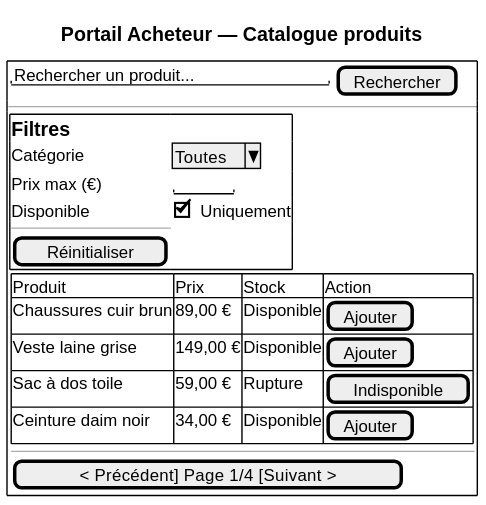
This is architecture/04-physical-architecture/diagrams/ihm-pa-catalogue.svg from louistalvande/online_shop, a PlantUML export, as it was before one commit.
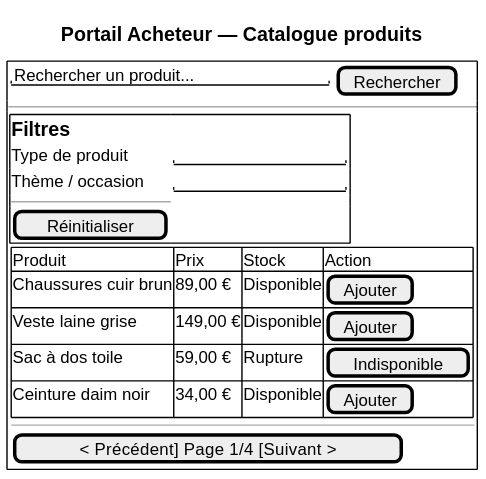
After the commit.

Diff of the diagram source:
```diff
@@ -9,9 +9,8 @@
   {
     {+
       == Filtres
-      Catégorie    | ^Toutes^
-      Prix max (€) | "     "
-      Disponible   | [X] Uniquement
+      Type de produit  | "               "
+      Thème / occasion | "               "
       --
       [Réinitialiser]
     }
```
